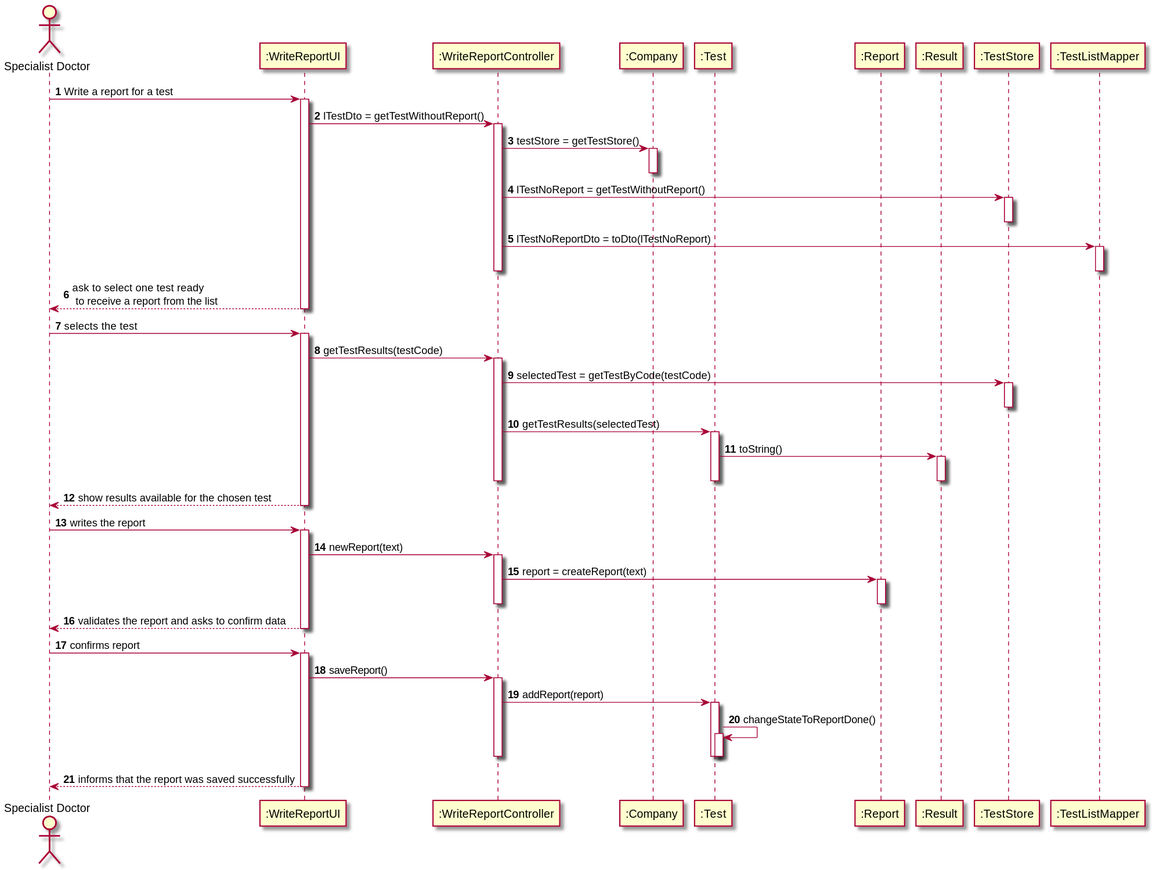
Earlier version of the PlantUML export docs/SprintC/US14/US14_SD.svg (GuilhermeCunha79/lapr2). Its diagram source:
```plantuml
@startuml

autonumber

actor "Specialist Doctor" as SD
participant ":WriteReportUI" as UI
participant ":WriteReportController" as CTRL
participant ":Company" as COMP
participant ":Test" as T
participant ":Report" as RPRT
participant ":Result" as RSLT
participant ":TestStore" as TS
participant ":TestListMapper" as TLM

SD -> UI : Write a report for a test
activate UI
UI -> CTRL : lTestDto = getTestWithoutReport()
    activate CTRL
        CTRL -> COMP : testStore = getTestStore()
        activate COMP
        deactivate COMP
        CTRL -> TS : lTestNoReport = getTestWithoutReport()
        activate TS
        deactivate TS
        CTRL -> TLM : lTestNoReportDto = toDto(lTestNoReport)
        activate TLM
        deactivate TLM
    deactivate CTRL
UI --> SD : ask to select one test ready \n to receive a report from the list
deactivate UI
SD -> UI : selects the test
activate UI
UI -> CTRL : getTestResults(testCode)
    activate CTRL
        CTRL -> TS : selectedTest = getTestByCode(testCode)
        activate TS
        deactivate TS
        CTRL -> T : getTestResults(selectedTest)
        activate T
            T -> RSLT : toString()
            activate RSLT
            deactivate RSLT
        deactivate T
    deactivate CTRL
UI --> SD : show results available for the chosen test
deactivate UI
SD -> UI : writes the report
activate UI
UI -> CTRL : newReport(text)
    activate CTRL
        CTRL -> RPRT : report = createReport(text)
        activate RPRT
        deactivate RPRT
    deactivate CTRL
UI --> SD : validates the report and asks to confirm data
deactivate UI
SD -> UI : confirms report
activate UI
UI -> CTRL : saveReport()
    activate CTRL
        CTRL -> T : addReport(report)
        activate T
            T -> T : changeStateToReportDone()
            activate T
            deactivate T
        deactivate T
    deactivate CTRL
UI --> SD : informs that the report was saved successfully
deactivate UI

@enduml
```
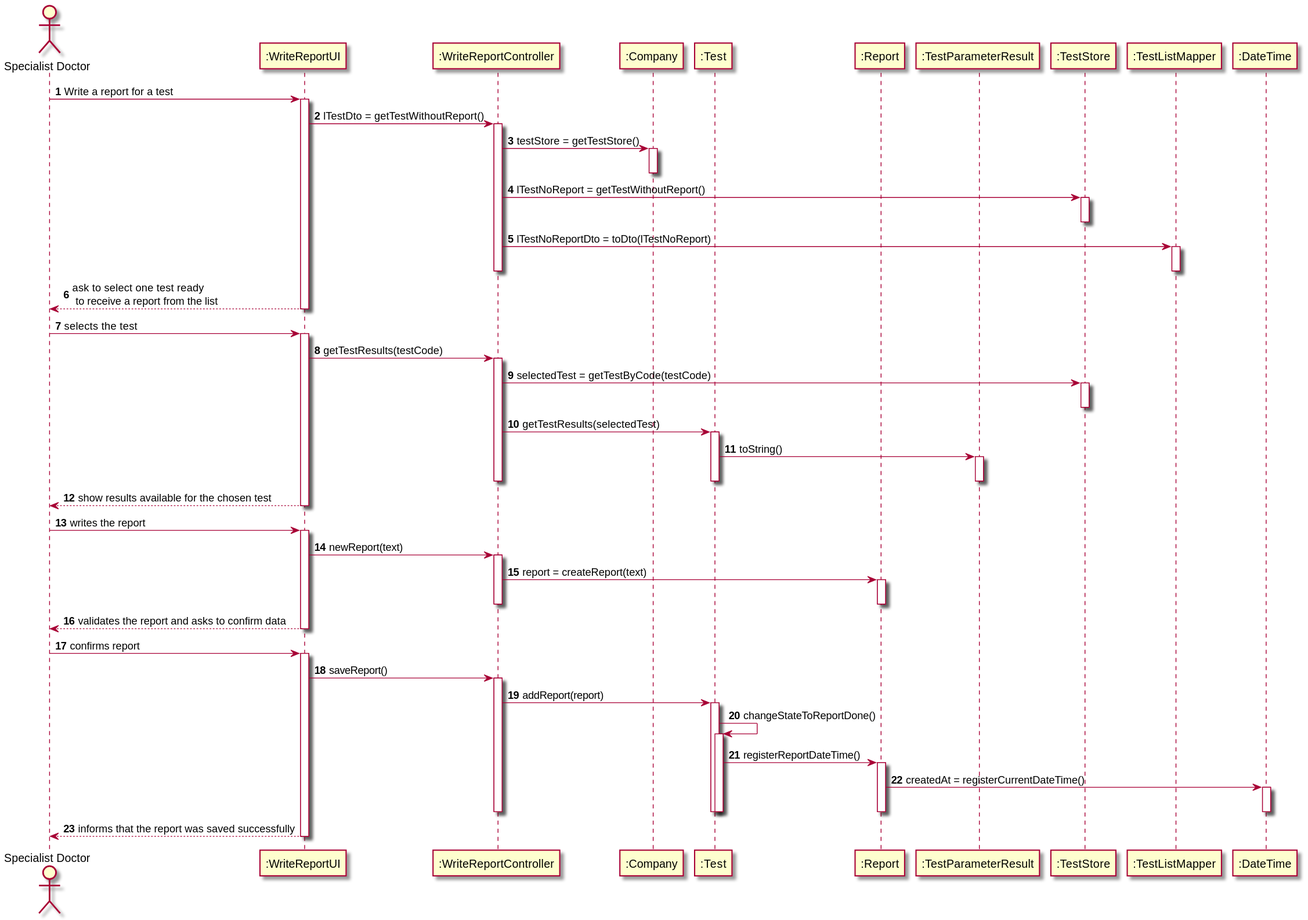
Above is the later version.

Change to the diagram source:
```diff
@@ -8,9 +8,10 @@
 participant ":Company" as COMP
 participant ":Test" as T
 participant ":Report" as RPRT
-participant ":Result" as RSLT
+participant ":TestParameterResult" as RSLT
 participant ":TestStore" as TS
 participant ":TestListMapper" as TLM
+participant ":DateTime" as DT
 
 SD -> UI : Write a report for a test
 activate UI
@@ -62,6 +63,12 @@
         activate T
             T -> T : changeStateToReportDone()
             activate T
+                T -> RPRT : registerReportDateTime()
+                activate RPRT
+                    RPRT -> DT : createdAt = registerCurrentDateTime()
+                    activate DT
+                    deactivate DT
+                deactivate RPRT
             deactivate T
         deactivate T
     deactivate CTRL
```
